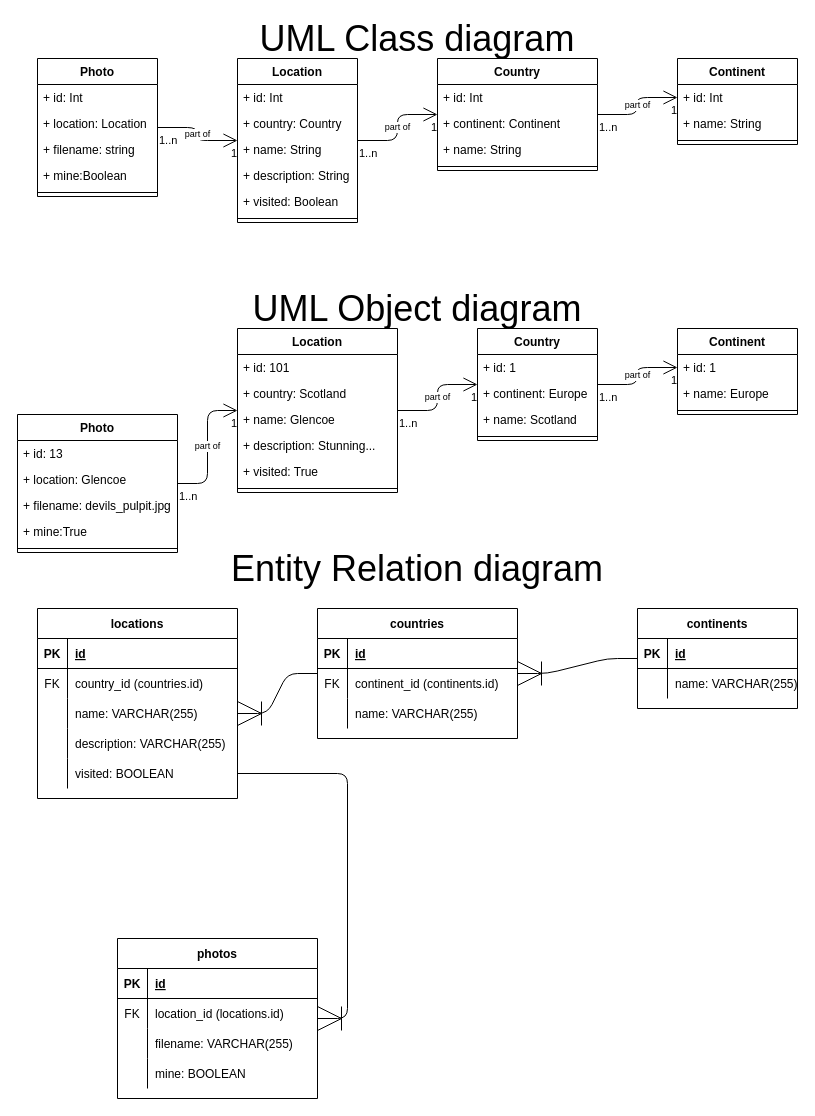
Michalju/PhotoApp keeps this draw.io diagram as page "UML Class diagram" (1 of 2) of Design/Design.drawio. Above is the earlier version. Source tidied: cells renumbered, new cells numbered last; positions are measured from the earlier drawing's top-left corner, leaving out a move shared by most shapes. Both pictures are drawn from the tidied source at 100%, with x=0, y=0 at pixel (17, 18).
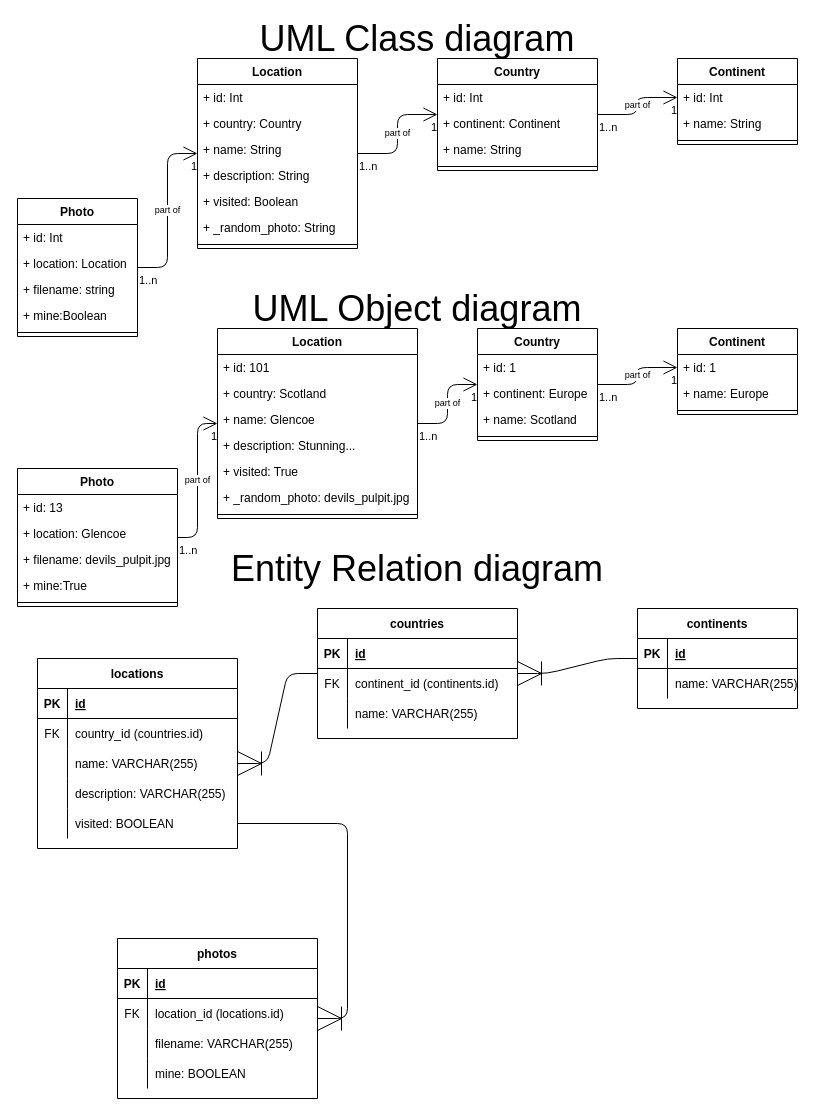
The same page after the edit.

Commit message (it also covers changes not shown here):
updated photo_repository to include method which for a given locaitons list return same list but with random photos if exist for this location

Diff of the diagram source:
```diff
@@
     <mxCell id="7" value="Location" style="swimlane;fontStyle=1;align=center;verticalAlign=top;horizontal=1;startSize=26;" parent="1" vertex="1">
-      <mxGeometry x="220" y="40" width="120" height="164" as="geometry" />
+      <mxGeometry x="180" y="40" width="160" height="190" as="geometry" />
     </mxCell>
     <mxCell id="8" value="+ id: Int" style="text;strokeColor=none;fillColor=none;align=left;verticalAlign=top;spacingLeft=4;spacingRight=4;overflow=hidden;" parent="7" vertex="1">
-      <mxGeometry y="26" width="120" height="26" as="geometry" />
+      <mxGeometry y="26" width="160" height="26" as="geometry" />
     </mxCell>
     <mxCell id="9" value="+ country: Country" style="text;strokeColor=none;fillColor=none;align=left;verticalAlign=top;spacingLeft=4;spacingRight=4;overflow=hidden;" parent="7" vertex="1">
-      <mxGeometry y="52" width="120" height="26" as="geometry" />
+      <mxGeometry y="52" width="160" height="26" as="geometry" />
     </mxCell>
     <mxCell id="10" value="+ name: String" style="text;strokeColor=none;fillColor=none;align=left;verticalAlign=top;spacingLeft=4;spacingRight=4;overflow=hidden;" parent="7" vertex="1">
-      <mxGeometry y="78" width="120" height="26" as="geometry" />
+      <mxGeometry y="78" width="160" height="26" as="geometry" />
     </mxCell>
     <mxCell id="11" value="+ description: String" style="text;strokeColor=none;fillColor=none;align=left;verticalAlign=top;spacingLeft=4;spacingRight=4;overflow=hidden;" parent="7" vertex="1">
-      <mxGeometry y="104" width="120" height="26" as="geometry" />
+      <mxGeometry y="104" width="160" height="26" as="geometry" />
     </mxCell>
+    <mxCell id="116" value="+ visited: Boolean" style="text;strokeColor=none;fillColor=none;align=left;verticalAlign=top;spacingLeft=4;spacingRight=4;overflow=hidden;" parent="7" vertex="1">
+      <mxGeometry y="130" width="160" height="26" as="geometry" />
+    </mxCell>
-    <mxCell id="12" value="+ visited: Boolean" style="text;strokeColor=none;fillColor=none;align=left;verticalAlign=top;spacingLeft=4;spacingRight=4;overflow=hidden;" parent="7" vertex="1">
-      <mxGeometry y="130" width="120" height="26" as="geometry" />
+    <mxCell id="12" value="+ _random_photo: String" style="text;strokeColor=none;fillColor=none;align=left;verticalAlign=top;spacingLeft=4;spacingRight=4;overflow=hidden;" parent="7" vertex="1">
+      <mxGeometry y="156" width="160" height="26" as="geometry" />
     </mxCell>
     <mxCell id="13" style="line;strokeWidth=1;fillColor=none;align=left;verticalAlign=middle;spacingTop=-1;spacingLeft=3;spacingRight=3;labelPosition=right;" parent="7" vertex="1">
-      <mxGeometry y="156" width="120" height="8" as="geometry" />
+      <mxGeometry y="182" width="160" height="8" as="geometry" />
     </mxCell>
@@
     <mxCell id="25" value="locations" style="shape=table;startSize=30;childLayout=tableLayout;rowLines=0;fontStyle=1;align=center;" parent="1" vertex="1">
-      <mxGeometry x="20" y="590" width="200" height="190" as="geometry" />
+      <mxGeometry x="20" y="640" width="200" height="190" as="geometry" />
     </mxCell>
@@
     <mxCell id="66" value="Location" style="swimlane;fontStyle=1;align=center;verticalAlign=top;horizontal=1;startSize=26;" parent="1" vertex="1">
-      <mxGeometry x="220" y="310" width="160" height="164" as="geometry" />
+      <mxGeometry x="200" y="310" width="200" height="190" as="geometry" />
     </mxCell>
     <mxCell id="67" value="+ id: 101" style="text;strokeColor=none;fillColor=none;align=left;verticalAlign=top;spacingLeft=4;spacingRight=4;overflow=hidden;" parent="66" vertex="1">
-      <mxGeometry y="26" width="160" height="26" as="geometry" />
+      <mxGeometry y="26" width="200" height="26" as="geometry" />
     </mxCell>
     <mxCell id="68" value="+ country: Scotland" style="text;strokeColor=none;fillColor=none;align=left;verticalAlign=top;spacingLeft=4;spacingRight=4;overflow=hidden;" parent="66" vertex="1">
-      <mxGeometry y="52" width="160" height="26" as="geometry" />
+      <mxGeometry y="52" width="200" height="26" as="geometry" />
     </mxCell>
     <mxCell id="69" value="+ name: Glencoe" style="text;strokeColor=none;fillColor=none;align=left;verticalAlign=top;spacingLeft=4;spacingRight=4;overflow=hidden;" parent="66" vertex="1">
-      <mxGeometry y="78" width="160" height="26" as="geometry" />
+      <mxGeometry y="78" width="200" height="26" as="geometry" />
     </mxCell>
     <mxCell id="70" value="+ description: Stunning..." style="text;strokeColor=none;fillColor=none;align=left;verticalAlign=top;spacingLeft=4;spacingRight=4;overflow=hidden;" parent="66" vertex="1">
-      <mxGeometry y="104" width="160" height="26" as="geometry" />
+      <mxGeometry y="104" width="200" height="26" as="geometry" />
     </mxCell>
     <mxCell id="71" value="+ visited: True" style="text;strokeColor=none;fillColor=none;align=left;verticalAlign=top;spacingLeft=4;spacingRight=4;overflow=hidden;" parent="66" vertex="1">
-      <mxGeometry y="130" width="160" height="26" as="geometry" />
+      <mxGeometry y="130" width="200" height="26" as="geometry" />
     </mxCell>
+    <mxCell id="117" value="+ _random_photo: devils_pulpit.jpg" style="text;strokeColor=none;fillColor=none;align=left;verticalAlign=top;spacingLeft=4;spacingRight=4;overflow=hidden;" parent="66" vertex="1">
+      <mxGeometry y="156" width="200" height="26" as="geometry" />
+    </mxCell>
     <mxCell id="72" style="line;strokeWidth=1;fillColor=none;align=left;verticalAlign=middle;spacingTop=-1;spacingLeft=3;spacingRight=3;labelPosition=right;" parent="66" vertex="1">
-      <mxGeometry y="156" width="160" height="8" as="geometry" />
+      <mxGeometry y="182" width="200" height="8" as="geometry" />
     </mxCell>
@@
     <mxCell id="84" value="Photo" style="swimlane;fontStyle=1;align=center;verticalAlign=top;horizontal=1;startSize=26;" parent="1" vertex="1">
-      <mxGeometry x="20" y="40" width="120" height="138" as="geometry" />
+      <mxGeometry y="180" width="120" height="138" as="geometry" />
     </mxCell>
@@
     <mxCell id="93" value="Photo" style="swimlane;fontStyle=1;align=center;verticalAlign=top;horizontal=1;startSize=26;" parent="1" vertex="1">
-      <mxGeometry y="396" width="160" height="138" as="geometry" />
+      <mxGeometry y="450" width="160" height="138" as="geometry" />
     </mxCell>
```
